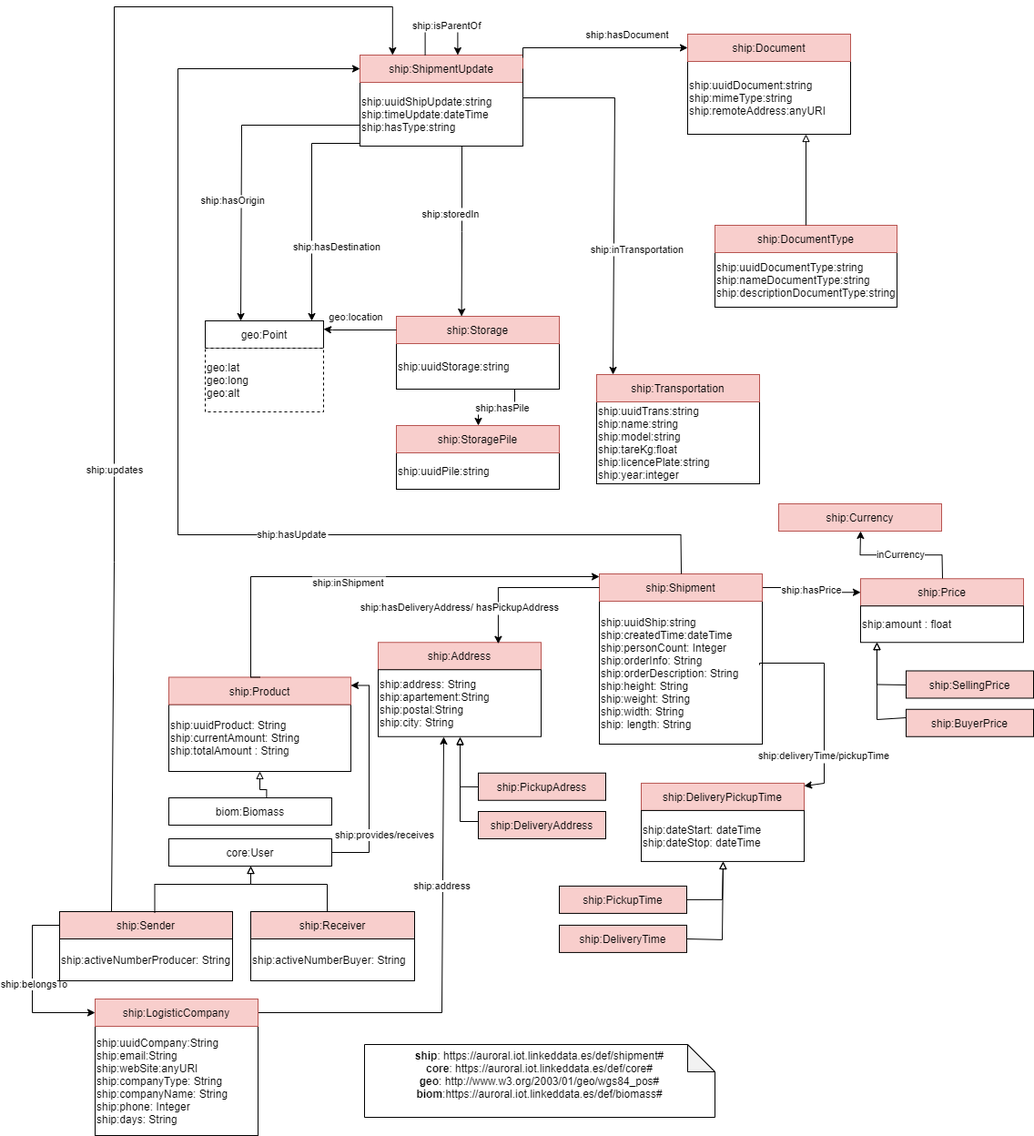
Before: diagrams/shipment.png, a diagram exported from draw.io (oeg-upm/auroral-shipmentBiomass-ontology). Source tidied: cells renumbered, new cells last; positions are measured from the earlier drawing's top-left corner, leaving out a move shared by most shapes.
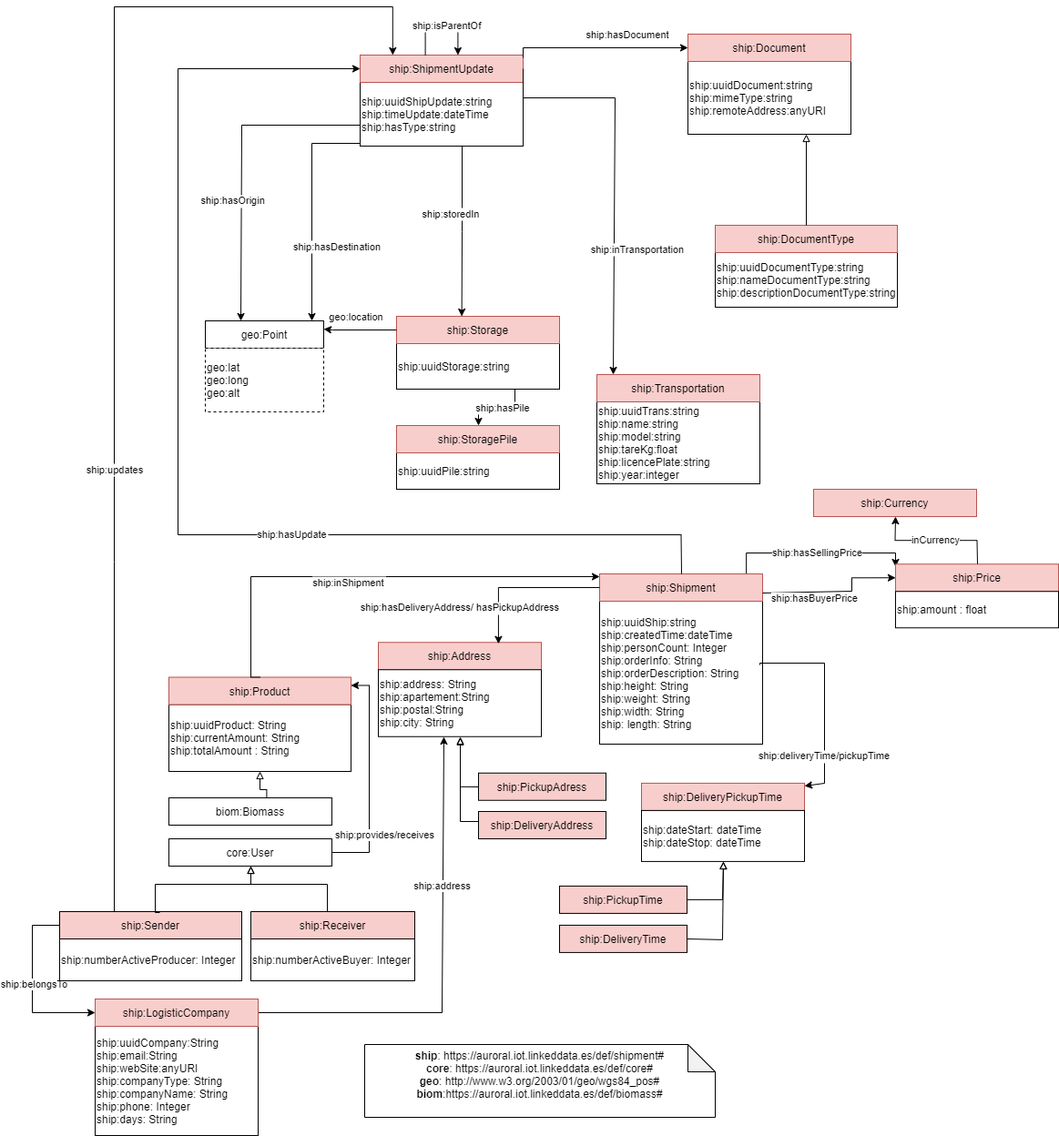
After the commit.

Change to the diagram source:
```diff
@@ -5,8 +5,13 @@
     <mxCell id="2" value="ship:uuidShip:string&lt;br&gt;ship:createdTime:dateTime&lt;br&gt;ship:personCount: Integer&lt;br&gt;ship:orderInfo: String&lt;br&gt;ship:orderDescription: String&lt;br&gt;ship:height: String&lt;br&gt;ship:weight: String&lt;br&gt;ship:width: String&lt;br&gt;ship: length: String&lt;br&gt;" style="rounded=0;whiteSpace=wrap;html=1;snapToPoint=1;points=[[0.1,0],[0.2,0],[0.3,0],[0.4,0],[0.5,0],[0.6,0],[0.7,0],[0.8,0],[0.9,0],[0,0.1],[0,0.3],[0,0.5],[0,0.7],[0,0.9],[0.1,1],[0.2,1],[0.3,1],[0.4,1],[0.5,1],[0.6,1],[0.7,1],[0.8,1],[0.9,1],[1,0.1],[1,0.3],[1,0.5],[1,0.7],[1,0.9]];align=left;" parent="1" vertex="1">
       <mxGeometry x="623" y="653" width="179" height="157" as="geometry" />
     </mxCell>
-    <mxCell id="3" value="ship:hasPrice" style="edgeStyle=orthogonalEdgeStyle;rounded=0;jettySize=auto;html=1;entryX=0;entryY=0.5;entryDx=0;entryDy=0;" parent="1" edge="1" source="4" target="62">
-      <mxGeometry relative="1" as="geometry" />
+    <mxCell id="3" value="ship:hasSellingPrice" style="edgeStyle=orthogonalEdgeStyle;rounded=0;jettySize=auto;html=1;exitX=0.9;exitY=0;exitDx=0;exitDy=0;" parent="1" edge="1" source="4" target="62">
+      <mxGeometry relative="1" as="geometry">
+        <Array as="points">
+          <mxPoint x="784" y="600" />
+          <mxPoint x="948" y="600" />
+        </Array>
+      </mxGeometry>
     </mxCell>
     <mxCell id="4" value="ship:Shipment" style="rounded=0;whiteSpace=wrap;html=1;snapToPoint=1;points=[[0.1,0],[0.2,0],[0.3,0],[0.4,0],[0.5,0],[0.6,0],[0.7,0],[0.8,0],[0.9,0],[0,0.1],[0,0.3],[0,0.5],[0,0.7],[0,0.9],[0.1,1],[0.2,1],[0.3,1],[0.4,1],[0.5,1],[0.6,1],[0.7,1],[0.8,1],[0.9,1],[1,0.1],[1,0.3],[1,0.5],[1,0.7],[1,0.9]];fillColor=#F8CECC;strokeColor=#b85450;" parent="1" vertex="1">
       <mxGeometry x="623" y="623" width="179" height="30" as="geometry" />
@@ -201,7 +206,7 @@
       <mxGeometry x="-0.04" y="1" relative="1" as="geometry" />
     </mxCell>
     <mxCell id="43" value="ship:Sender" style="rounded=0;whiteSpace=wrap;html=1;snapToPoint=1;points=[[0.1,0],[0.2,0],[0.3,0],[0.4,0],[0.5,0],[0.6,0],[0.7,0],[0.8,0],[0.9,0],[0,0.1],[0,0.3],[0,0.5],[0,0.7],[0,0.9],[0.1,1],[0.2,1],[0.3,1],[0.4,1],[0.5,1],[0.6,1],[0.7,1],[0.8,1],[0.9,1],[1,0.1],[1,0.3],[1,0.5],[1,0.7],[1,0.9]];fillColor=#F8CECC;" parent="1" vertex="1">
-      <mxGeometry x="30" y="994" width="190" height="30" as="geometry" />
+      <mxGeometry x="30" y="994" width="200" height="30" as="geometry" />
     </mxCell>
     <mxCell id="44" value="ship:Receiver" style="rounded=0;whiteSpace=wrap;html=1;fillColor=#F8CECC;" parent="1" vertex="1">
       <mxGeometry x="240" y="994" width="180" height="30" as="geometry" />
@@ -299,16 +304,16 @@
       </mxGeometry>
     </mxCell>
     <mxCell id="62" value="ship:Price" style="rounded=0;whiteSpace=wrap;html=1;snapToPoint=1;points=[[0.1,0],[0.2,0],[0.3,0],[0.4,0],[0.5,0],[0.6,0],[0.7,0],[0.8,0],[0.9,0],[0,0.1],[0,0.3],[0,0.5],[0,0.7],[0,0.9],[0.1,1],[0.2,1],[0.3,1],[0.4,1],[0.5,1],[0.6,1],[0.7,1],[0.8,1],[0.9,1],[1,0.1],[1,0.3],[1,0.5],[1,0.7],[1,0.9]];fillColor=#F8CECC;strokeColor=#b85450;" parent="1" vertex="1">
-      <mxGeometry x="910" y="628.2" width="179" height="30" as="geometry" />
+      <mxGeometry x="948" y="612.2" width="179" height="30" as="geometry" />
     </mxCell>
     <mxCell id="63" value="inCurrency" style="edgeStyle=orthogonalEdgeStyle;rounded=0;jettySize=auto;html=1;" parent="1" edge="1" source="62" target="65">
       <mxGeometry relative="1" as="geometry" />
     </mxCell>
     <mxCell id="64" value="ship:amount : float" style="rounded=0;whiteSpace=wrap;html=1;snapToPoint=1;points=[[0.1,0],[0.2,0],[0.3,0],[0.4,0],[0.5,0],[0.6,0],[0.7,0],[0.8,0],[0.9,0],[0,0.1],[0,0.3],[0,0.5],[0,0.7],[0,0.9],[0.1,1],[0.2,1],[0.3,1],[0.4,1],[0.5,1],[0.6,1],[0.7,1],[0.8,1],[0.9,1],[1,0.1],[1,0.3],[1,0.5],[1,0.7],[1,0.9]];align=left;" parent="1" vertex="1">
-      <mxGeometry x="910" y="658.2" width="179" height="40" as="geometry" />
+      <mxGeometry x="948" y="642.2" width="179" height="40" as="geometry" />
     </mxCell>
     <mxCell id="65" value="ship:Currency" style="rounded=0;whiteSpace=wrap;html=1;snapToPoint=1;points=[[0.1,0],[0.2,0],[0.3,0],[0.4,0],[0.5,0],[0.6,0],[0.7,0],[0.8,0],[0.9,0],[0,0.1],[0,0.3],[0,0.5],[0,0.7],[0,0.9],[0.1,1],[0.2,1],[0.3,1],[0.4,1],[0.5,1],[0.6,1],[0.7,1],[0.8,1],[0.9,1],[1,0.1],[1,0.3],[1,0.5],[1,0.7],[1,0.9]];fillColor=#F8CECC;strokeColor=#b85450;" parent="1" vertex="1">
-      <mxGeometry x="820" y="546" width="179" height="30" as="geometry" />
+      <mxGeometry x="858" y="530" width="179" height="30" as="geometry" />
     </mxCell>
     <mxCell id="66" style="edgeStyle=orthogonalEdgeStyle;rounded=0;jettySize=auto;html=1;fontSize=11;endArrow=block;endFill=0;exitX=0.6;exitY=0;exitDx=0;exitDy=0;" parent="1" edge="1" source="22" target="20">
       <mxGeometry relative="1" as="geometry">
@@ -318,31 +323,19 @@
         </Array>
       </mxGeometry>
     </mxCell>
-    <mxCell id="67" value="ship:SellingPrice" style="rounded=0;whiteSpace=wrap;html=1;snapToPoint=1;points=[[0.1,0],[0.2,0],[0.3,0],[0.4,0],[0.5,0],[0.6,0],[0.7,0],[0.8,0],[0.9,0],[0,0.1],[0,0.3],[0,0.5],[0,0.7],[0,0.9],[0.1,1],[0.2,1],[0.3,1],[0.4,1],[0.5,1],[0.6,1],[0.7,1],[0.8,1],[0.9,1],[1,0.1],[1,0.3],[1,0.5],[1,0.7],[1,0.9]];fillColor=#F8CECC;" parent="1" vertex="1">
-      <mxGeometry x="960" y="729.5" width="140" height="30" as="geometry" />
-    </mxCell>
-    <mxCell id="68" value="ship:BuyerPrice" style="rounded=0;whiteSpace=wrap;html=1;snapToPoint=1;points=[[0.1,0],[0.2,0],[0.3,0],[0.4,0],[0.5,0],[0.6,0],[0.7,0],[0.8,0],[0.9,0],[0,0.1],[0,0.3],[0,0.5],[0,0.7],[0,0.9],[0.1,1],[0.2,1],[0.3,1],[0.4,1],[0.5,1],[0.6,1],[0.7,1],[0.8,1],[0.9,1],[1,0.1],[1,0.3],[1,0.5],[1,0.7],[1,0.9]];fillColor=#F8CECC;" parent="1" vertex="1">
-      <mxGeometry x="960" y="771.8" width="140" height="30" as="geometry" />
-    </mxCell>
-    <mxCell id="69" style="edgeStyle=orthogonalEdgeStyle;rounded=0;jettySize=auto;html=1;fontSize=11;endArrow=block;endFill=0;entryX=0.1;entryY=1;entryDx=0;entryDy=0;" parent="1" edge="1" source="67" target="64">
-      <mxGeometry relative="1" as="geometry">
-        <Array as="points">
-          <mxPoint x="928" y="745" />
-        </Array>
-      </mxGeometry>
-    </mxCell>
-    <mxCell id="70" style="edgeStyle=orthogonalEdgeStyle;rounded=0;jettySize=auto;html=1;fontSize=11;endArrow=block;endFill=0;" parent="1" edge="1" source="68" target="64">
-      <mxGeometry relative="1" as="geometry">
-        <Array as="points">
-          <mxPoint x="928" y="783" />
-        </Array>
-      </mxGeometry>
-    </mxCell>
-    <mxCell id="71" value="ship:activeNumberBuyer: String" style="rounded=0;whiteSpace=wrap;html=1;align=left;" parent="1" vertex="1">
+    <mxCell id="71" value="ship:numberActiveBuyer: Integer" style="rounded=0;whiteSpace=wrap;html=1;align=left;" parent="1" vertex="1">
       <mxGeometry x="240" y="1024" width="180" height="46" as="geometry" />
     </mxCell>
-    <mxCell id="72" value="ship:activeNumberProducer: String" style="rounded=0;whiteSpace=wrap;html=1;align=left;" parent="1" vertex="1">
-      <mxGeometry x="30" y="1024" width="190" height="46" as="geometry" />
+    <mxCell id="72" value="ship:numberActiveProducer: Integer" style="rounded=0;whiteSpace=wrap;html=1;align=left;" parent="1" vertex="1">
+      <mxGeometry x="30" y="1024" width="200" height="46" as="geometry" />
     </mxCell>
+    <mxCell id="73" value="ship:hasBuyerPrice" style="edgeStyle=orthogonalEdgeStyle;rounded=0;jettySize=auto;html=1;entryX=0;entryY=0.5;entryDx=0;entryDy=0;" parent="1" edge="1" source="4" target="62">
+      <mxGeometry x="-0.29" y="-7" relative="1" as="geometry">
+        <Array as="points">
+          <mxPoint x="900" y="642" />
+          <mxPoint x="900" y="627" />
+        </Array>
+      </mxGeometry>
+    </mxCell>
   </root>
 </mxGraphModel>
```
